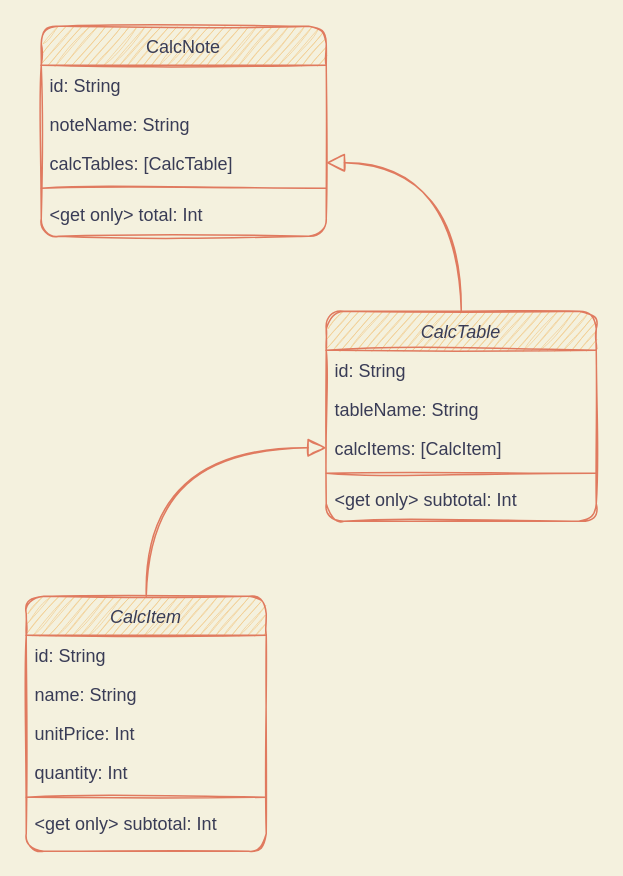
Earlier version of the draw.io diagram UML_for_SumCalculator.drawio (terry-private/SumCalculator). Source tidied: cells renumbered, new cells numbered last; positions are measured from the earlier drawing's top-left corner, leaving out a move shared by most shapes. Both pictures are drawn from the tidied source at 150%, with x=0, y=0 at pixel (26, 26).
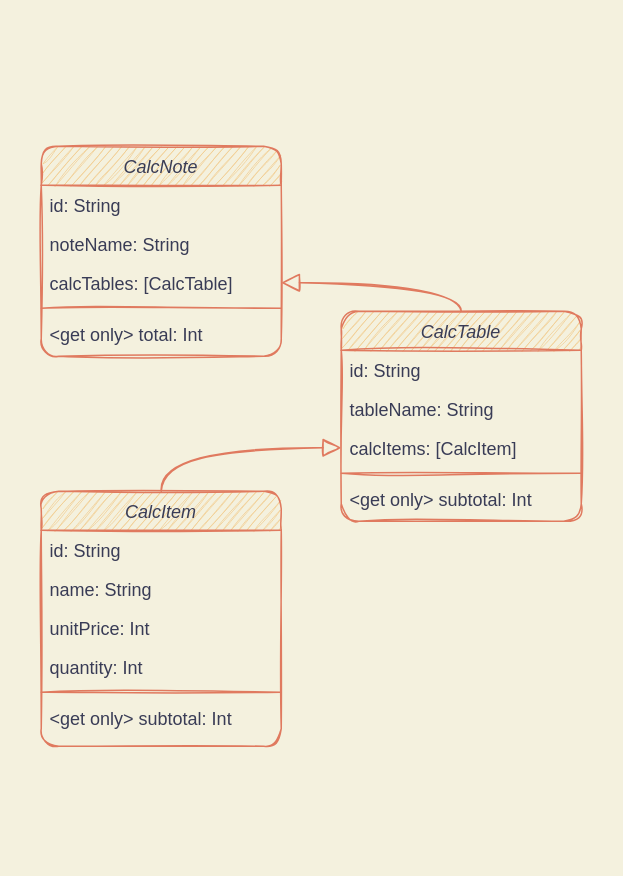
The same page after the edit.

What changed in the source:
```diff
@@
     <mxCell id="2" value="CalcTable" style="swimlane;fontStyle=2;align=center;verticalAlign=top;horizontal=1;startSize=26;shadow=0;strokeWidth=1;fillColor=#F2CC8F;strokeColor=#E07A5F;fontColor=#393C56;sketch=1;rounded=1;" parent="1" vertex="1">
-      <mxGeometry x="200" y="190" width="180" height="140" as="geometry" />
+      <mxGeometry x="210" y="190" width="160" height="140" as="geometry" />
     </mxCell>
     <mxCell id="3" value="id: String" style="text;align=left;verticalAlign=top;spacingLeft=4;spacingRight=4;overflow=hidden;fontColor=#393C56;sketch=1;rounded=1;" parent="2" vertex="1">
-      <mxGeometry y="26" width="180" height="26" as="geometry" />
+      <mxGeometry y="26" width="160" height="26" as="geometry" />
     </mxCell>
     <mxCell id="4" value="tableName: String" style="text;align=left;verticalAlign=top;spacingLeft=4;spacingRight=4;overflow=hidden;shadow=0;html=0;fontColor=#393C56;sketch=1;rounded=1;" parent="2" vertex="1">
-      <mxGeometry y="52" width="180" height="26" as="geometry" />
+      <mxGeometry y="52" width="160" height="26" as="geometry" />
     </mxCell>
     <mxCell id="5" value="calcItems: [CalcItem]" style="text;align=left;verticalAlign=top;spacingLeft=4;spacingRight=4;overflow=hidden;points=[[0,0.5],[1,0.5]];portConstraint=eastwest;shadow=0;html=0;fontColor=#393C56;sketch=1;rounded=1;" parent="2" vertex="1">
-      <mxGeometry y="78" width="180" height="26" as="geometry" />
+      <mxGeometry y="78" width="160" height="26" as="geometry" />
     </mxCell>
     <mxCell id="6" style="line;html=1;strokeWidth=1;align=left;verticalAlign=middle;spacingTop=-1;spacingLeft=3;spacingRight=3;labelPosition=right;labelBackgroundColor=#F4F1DE;fillColor=#F2CC8F;strokeColor=#E07A5F;fontColor=#393C56;sketch=1;rounded=1;" parent="2" vertex="1">
-      <mxGeometry y="104" width="180" height="8" as="geometry" />
+      <mxGeometry y="104" width="160" height="8" as="geometry" />
     </mxCell>
     <mxCell id="7" value="&lt;get only&gt; subtotal: Int" style="text;align=left;verticalAlign=top;spacingLeft=4;spacingRight=4;overflow=hidden;fontColor=#393C56;sketch=1;rounded=1;" parent="2" vertex="1">
-      <mxGeometry y="112" width="180" height="26" as="geometry" />
+      <mxGeometry y="112" width="160" height="26" as="geometry" />
     </mxCell>
     <mxCell id="8" value="CalcItem" style="swimlane;fontStyle=2;align=center;verticalAlign=top;horizontal=1;startSize=26;shadow=0;strokeWidth=1;fillColor=#F2CC8F;strokeColor=#E07A5F;fontColor=#393C56;sketch=1;rounded=1;" parent="1" vertex="1">
-      <mxGeometry y="380" width="160" height="170" as="geometry" />
+      <mxGeometry x="10" y="310" width="160" height="170" as="geometry" />
     </mxCell>
@@
-    <mxCell id="16" value="CalcNote" style="swimlane;fontStyle=0;align=center;verticalAlign=top;horizontal=1;startSize=26;shadow=0;strokeWidth=1;fillColor=#F2CC8F;strokeColor=#E07A5F;fontColor=#393C56;sketch=1;rounded=1;" parent="1" vertex="1">
-      <mxGeometry x="10" width="190" height="140" as="geometry" />
+    <mxCell id="16" value="CalcNote" style="swimlane;fontStyle=2;align=center;verticalAlign=top;horizontal=1;startSize=26;shadow=0;strokeWidth=1;fillColor=#F2CC8F;strokeColor=#E07A5F;fontColor=#393C56;sketch=1;rounded=1;" parent="1" vertex="1">
+      <mxGeometry x="10" y="80" width="160" height="140" as="geometry" />
     </mxCell>
     <mxCell id="17" value="id: String" style="text;align=left;verticalAlign=top;spacingLeft=4;spacingRight=4;overflow=hidden;fontColor=#393C56;sketch=1;rounded=1;" parent="16" vertex="1">
-      <mxGeometry y="26" width="190" height="26" as="geometry" />
+      <mxGeometry y="26" width="160" height="26" as="geometry" />
     </mxCell>
     <mxCell id="18" value="noteName: String" style="text;align=left;verticalAlign=top;spacingLeft=4;spacingRight=4;overflow=hidden;fontColor=#393C56;sketch=1;rounded=1;" parent="16" vertex="1">
-      <mxGeometry y="52" width="190" height="26" as="geometry" />
+      <mxGeometry y="52" width="160" height="26" as="geometry" />
     </mxCell>
     <mxCell id="19" value="calcTables: [CalcTable]" style="text;align=left;verticalAlign=top;spacingLeft=4;spacingRight=4;overflow=hidden;points=[[0,0.5],[1,0.5]];portConstraint=eastwest;fontColor=#393C56;sketch=1;rounded=1;" parent="16" vertex="1">
-      <mxGeometry y="78" width="190" height="26" as="geometry" />
+      <mxGeometry y="78" width="160" height="26" as="geometry" />
     </mxCell>
     <mxCell id="20" style="line;html=1;strokeWidth=1;align=left;verticalAlign=middle;spacingTop=-1;spacingLeft=3;spacingRight=3;labelPosition=right;labelBackgroundColor=#F4F1DE;fillColor=#F2CC8F;strokeColor=#E07A5F;fontColor=#393C56;sketch=1;rounded=1;" parent="16" vertex="1">
-      <mxGeometry y="104" width="190" height="8" as="geometry" />
+      <mxGeometry y="104" width="160" height="8" as="geometry" />
     </mxCell>
     <mxCell id="21" value="&lt;get only&gt; total: Int" style="text;align=left;verticalAlign=top;spacingLeft=4;spacingRight=4;overflow=hidden;fontColor=#393C56;sketch=1;rounded=1;" parent="16" vertex="1">
-      <mxGeometry y="112" width="190" height="26" as="geometry" />
+      <mxGeometry y="112" width="160" height="26" as="geometry" />
     </mxCell>
```
